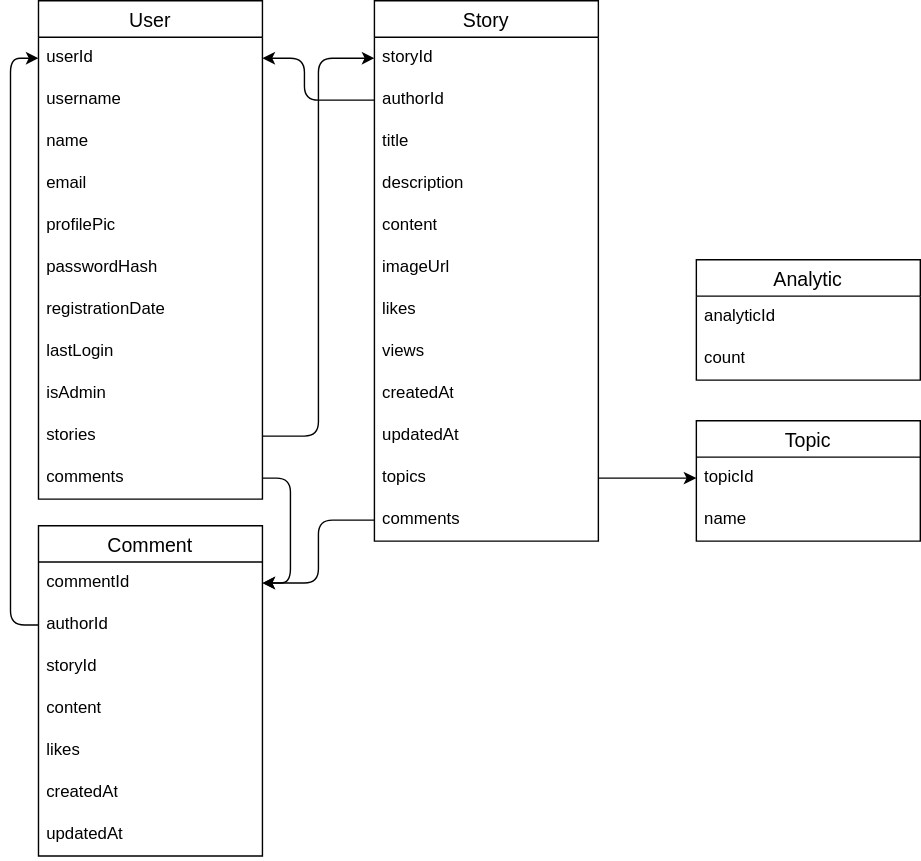
Above: public/database-design.svg in nhnquang11/dots-docs (draw.io), before the change. Source tidied: cells renumbered, new cells last; positions are measured from the earlier drawing's top-left corner, leaving out a move shared by most shapes.
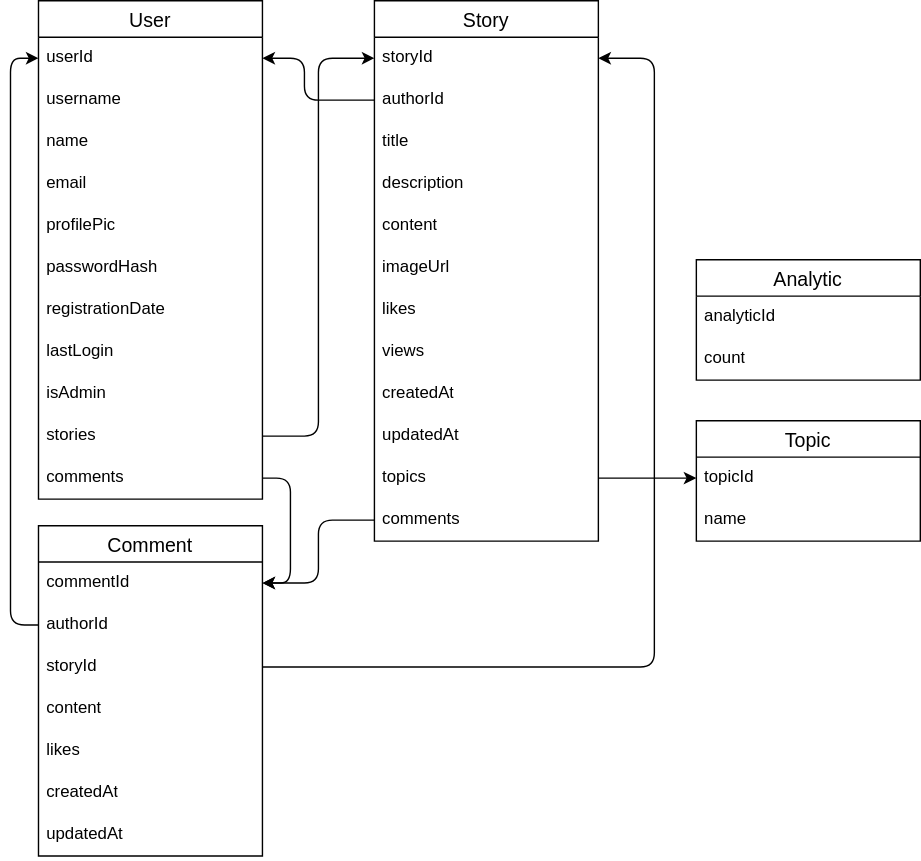
After the change.

Commit message:
update database design

Diff of the diagram source:
```diff
@@ -142,5 +142,13 @@
     <mxCell id="46" style="edgeStyle=orthogonalEdgeStyle;rounded=0;jettySize=auto;html=1;exitX=1;exitY=0.5;exitDx=0;exitDy=0;curved=0;" parent="1" edge="1" source="28" target="15">
       <mxGeometry relative="1" as="geometry" />
     </mxCell>
+    <mxCell id="47" style="edgeStyle=orthogonalEdgeStyle;rounded=1;jettySize=auto;html=1;exitX=1;exitY=0.5;exitDx=0;exitDy=0;entryX=1;entryY=0.5;entryDx=0;entryDy=0;curved=0;" parent="1" edge="1" source="33" target="18">
+      <mxGeometry relative="1" as="geometry">
+        <Array as="points">
+          <mxPoint x="440" y="476" />
+          <mxPoint x="440" y="41" />
+        </Array>
+      </mxGeometry>
+    </mxCell>
   </root>
 </mxGraphModel>
```
